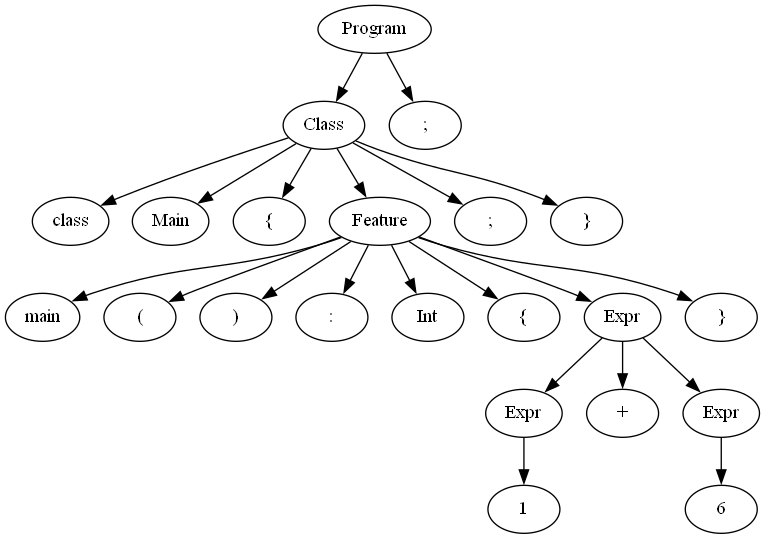
This is output.gv.png from Manuel-Archila/Proyecto0_CC, a Graphviz export, as it was before one commit. Its source is kept beside it as output.gv.
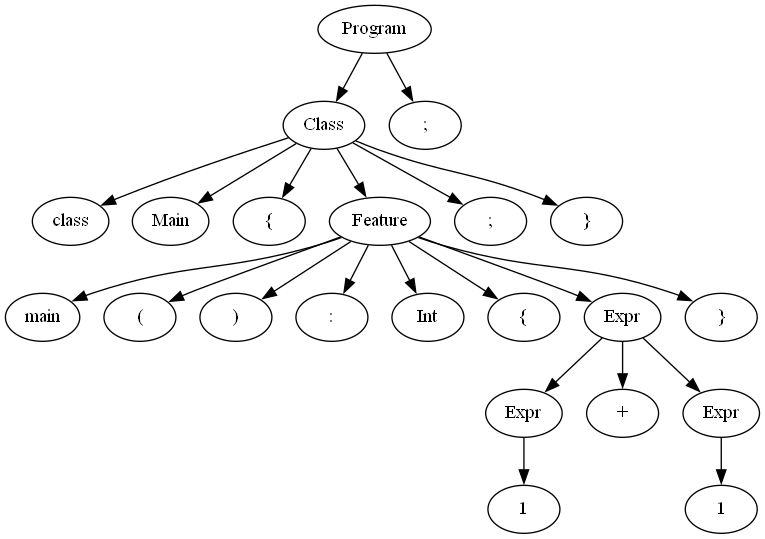
After the change.

What changed in the source:
```diff
@@ -33,7 +33,7 @@
 	12 -> 16
 	16 [label=Expr]
 	16 -> 17
-	17 [label=6]
+	17 [label=1]
 	5 -> 18
 	18 [label="}"]
 	1 -> 19
```
